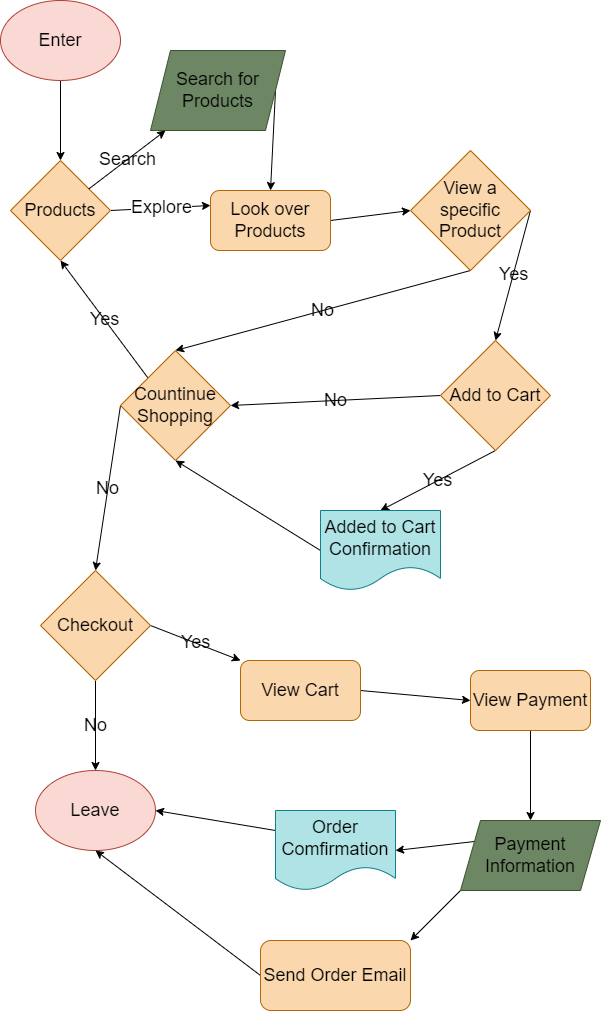
Before: explore/diagramming/diagram.drawio.png, a diagram exported from draw.io (litianqing2887/fa23-cse110-lab4). Source tidied: cells renumbered, new cells last; positions are measured from the earlier drawing's top-left corner, leaving out a move shared by most shapes.
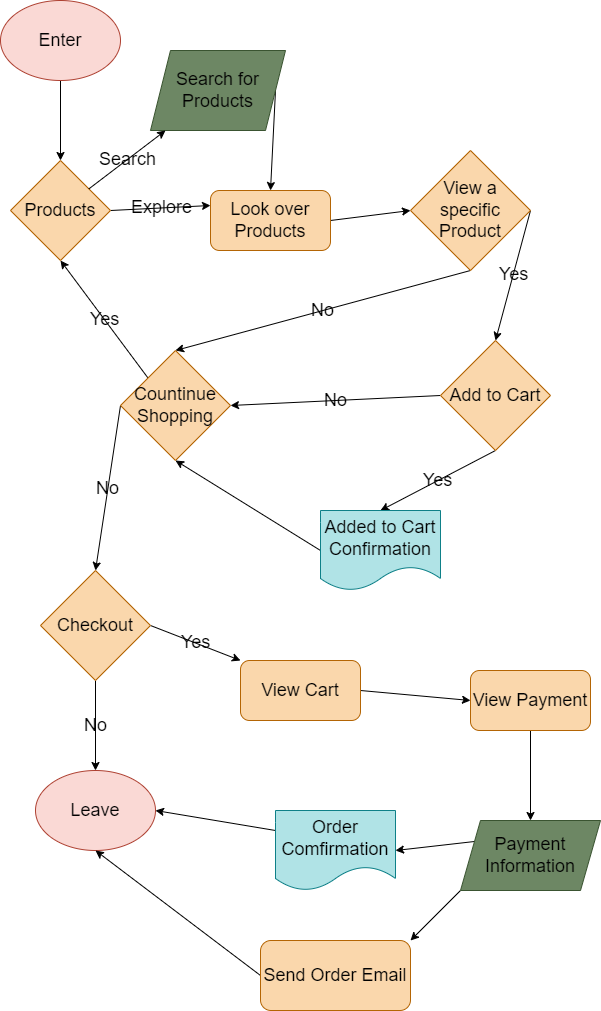
After the change.

The edit, as a diff of the source:
```diff
@@ -8,7 +8,7 @@
     <mxCell id="3" value="&lt;font style=&quot;font-size: 18px;&quot;&gt;Enter&lt;/font&gt;" style="ellipse;whiteSpace=wrap;html=1;fillColor=#fad9d5;strokeColor=#ae4132;fontColor=#000000;" parent="1" vertex="1">
       <mxGeometry width="120" height="80" as="geometry" />
     </mxCell>
-    <mxCell id="4" value="Explore" style="edgeStyle=none;html=1;exitX=1;exitY=0.5;exitDx=0;exitDy=0;entryX=0;entryY=0.25;entryDx=0;entryDy=0;fontSize=18;fontColor=#000000;" parent="1" edge="1" source="5" target="10">
+    <mxCell id="4" value="Explore" style="edgeStyle=none;html=1;exitX=1;exitY=0.5;exitDx=0;exitDy=0;entryX=0;entryY=0.25;entryDx=0;entryDy=0;fontSize=18;fontColor=#000000;labelBackgroundColor=none;" parent="1" edge="1" source="5" target="10">
       <mxGeometry relative="1" as="geometry" />
     </mxCell>
     <mxCell id="5" value="&lt;font&gt;Products&lt;/font&gt;" style="rhombus;whiteSpace=wrap;html=1;labelBackgroundColor=none;fontSize=18;fillColor=#fad7ac;strokeColor=#b46504;fontColor=#000000;" parent="1" vertex="1">
```
